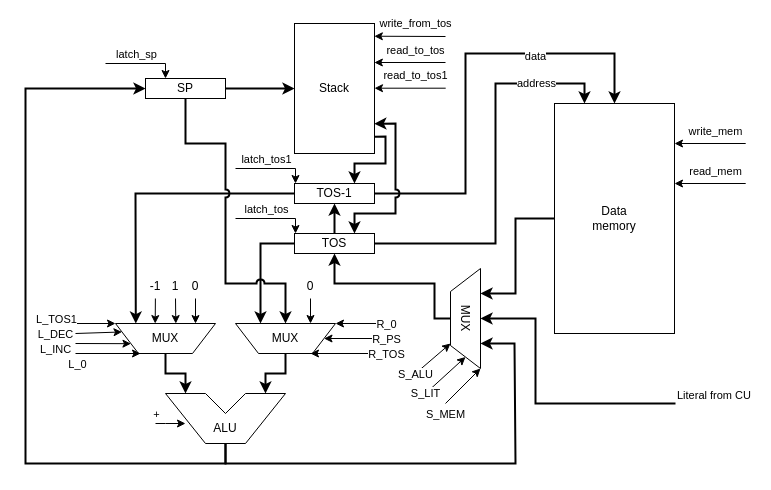
Before: schemes/data-path.drawio in DiedCloud/csa-lab-3, a draw.io diagram. Source tidied: cells renumbered, new cells numbered last; positions are measured from the earlier drawing's top-left corner, leaving out a move shared by most shapes. Both pictures are drawn from the tidied source at 100%, with x=0, y=0 at pixel (25, 23).
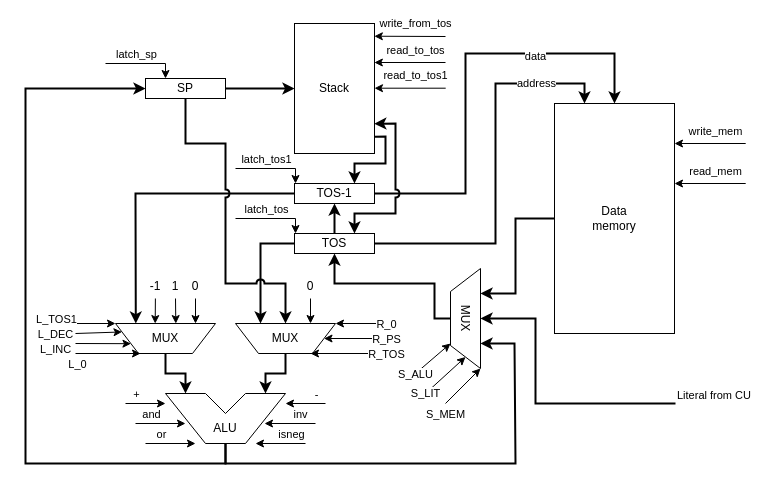
After the change.

The edit, as a diff of the source:
```diff
@@
-    <mxCell id="74" style="endArrow=classic;html=1;rounded=0;strokeWidth=1;" parent="1" edge="1">
-      <mxGeometry relative="1" as="geometry">
-        <mxPoint x="130" y="400" as="sourcePoint" />
-        <mxPoint x="160" y="400" as="targetPoint" />
-        <Array as="points">
-          <mxPoint x="140" y="400" />
-        </Array>
-      </mxGeometry>
-    </mxCell>
-    <mxCell id="75" value="+" style="edgeLabel;html=1;align=center;verticalAlign=middle;" parent="74" vertex="1">
-      <mxGeometry relative="1" as="geometry">
-        <mxPoint x="-15" y="-10" as="offset" />
-      </mxGeometry>
-    </mxCell>
@@
+    <mxCell id="83" style="endArrow=classic;html=1;rounded=0;strokeWidth=1;" parent="1" edge="1">
+      <mxGeometry relative="1" as="geometry">
+        <mxPoint x="290" y="400" as="sourcePoint" />
+        <mxPoint x="239" y="400" as="targetPoint" />
+      </mxGeometry>
+    </mxCell>
+    <mxCell id="84" value="inv" style="edgeLabel;html=1;align=center;verticalAlign=middle;" parent="83" vertex="1">
+      <mxGeometry relative="1" as="geometry">
+        <mxPoint x="10" y="-10" as="offset" />
+      </mxGeometry>
+    </mxCell>
+    <mxCell id="85" style="endArrow=classic;html=1;rounded=0;strokeWidth=1;" parent="1" edge="1">
+      <mxGeometry relative="1" as="geometry">
+        <mxPoint x="100" y="380" as="sourcePoint" />
+        <mxPoint x="140" y="380" as="targetPoint" />
+      </mxGeometry>
+    </mxCell>
+    <mxCell id="75" value="+" style="edgeLabel;html=1;align=center;verticalAlign=middle;" parent="85" vertex="1">
+      <mxGeometry relative="1" as="geometry">
+        <mxPoint x="-10" y="-10" as="offset" />
+      </mxGeometry>
+    </mxCell>
+    <mxCell id="86" style="endArrow=classic;html=1;rounded=0;strokeWidth=1;" parent="1" edge="1">
+      <mxGeometry relative="1" as="geometry">
+        <mxPoint x="110" y="400" as="sourcePoint" />
+        <mxPoint x="160" y="400" as="targetPoint" />
+      </mxGeometry>
+    </mxCell>
+    <mxCell id="87" value="and" style="edgeLabel;html=1;align=center;verticalAlign=middle;" parent="86" vertex="1">
+      <mxGeometry relative="1" as="geometry">
+        <mxPoint x="-10" y="-10" as="offset" />
+      </mxGeometry>
+    </mxCell>
+    <mxCell id="88" style="endArrow=classic;html=1;rounded=0;strokeWidth=1;" parent="1" edge="1">
+      <mxGeometry relative="1" as="geometry">
+        <mxPoint x="120" y="420" as="sourcePoint" />
+        <mxPoint x="170" y="420" as="targetPoint" />
+      </mxGeometry>
+    </mxCell>
+    <mxCell id="89" value="or" style="edgeLabel;html=1;align=center;verticalAlign=middle;" parent="88" vertex="1">
+      <mxGeometry relative="1" as="geometry">
+        <mxPoint x="-10" y="-10" as="offset" />
+      </mxGeometry>
+    </mxCell>
+    <mxCell id="90" style="endArrow=classic;html=1;rounded=0;strokeWidth=1;" parent="1" edge="1">
+      <mxGeometry relative="1" as="geometry">
+        <mxPoint x="300" y="380" as="sourcePoint" />
+        <mxPoint x="260" y="380" as="targetPoint" />
+      </mxGeometry>
+    </mxCell>
+    <mxCell id="91" value="-" style="edgeLabel;html=1;align=center;verticalAlign=middle;" parent="90" vertex="1">
+      <mxGeometry relative="1" as="geometry">
+        <mxPoint x="10" y="-10" as="offset" />
+      </mxGeometry>
+    </mxCell>
+    <mxCell id="92" style="endArrow=classic;html=1;rounded=0;strokeWidth=1;" parent="1" edge="1">
+      <mxGeometry relative="1" as="geometry">
+        <mxPoint x="280" y="420" as="sourcePoint" />
+        <mxPoint x="230" y="420" as="targetPoint" />
+      </mxGeometry>
+    </mxCell>
+    <mxCell id="93" value="isneg" style="edgeLabel;html=1;align=center;verticalAlign=middle;" parent="92" vertex="1">
+      <mxGeometry relative="1" as="geometry">
+        <mxPoint x="10" y="-10" as="offset" />
+      </mxGeometry>
+    </mxCell>
```
